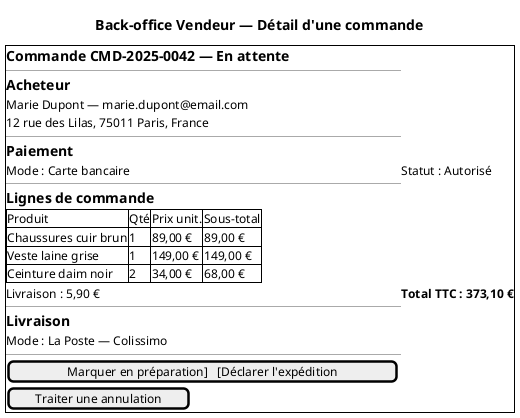
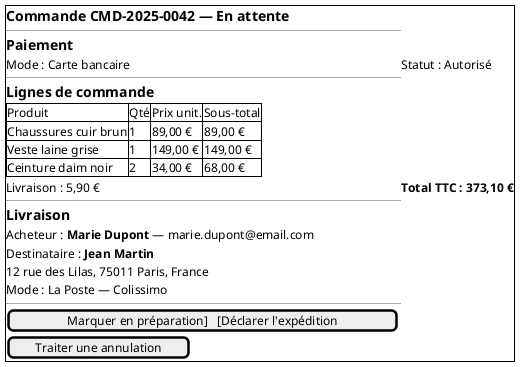
- @startsalt
+ @startuml ihm-bov-detail-commande
' Composant PA : front-vendeur (Back-office Vendeur)
' Fonctions allouées : Service Commande — FS-V04 (traitement commande), FS-V08 (annulation)
- title Back-office Vendeur — Détail d'une commande
+ ' Données acheteur visibles : prénom, nom, email — vendeur = gestionnaire du site (data controller)
+ salt

{+
  == Commande CMD-2025-0042 — En attente
-   --
-   == Acheteur
-   Marie Dupont — marie.dupont@email.com
-   12 rue des Lilas, 75011 Paris, France
  --
  == Paiement
  Mode : Carte bancaire | Statut : Autorisé
  --
  == Lignes de commande
  {#
    Produit              | Qté | Prix unit. | Sous-total
    Chaussures cuir brun | 1   | 89,00 €    | 89,00 €
    Veste laine grise    | 1   | 149,00 €   | 149,00 €
    Ceinture daim noir   | 2   | 34,00 €    | 68,00 €
  }
  Livraison : 5,90 €  |  **Total TTC : 373,10 €**
  --
  == Livraison
+   Acheteur : **Marie Dupont** — marie.dupont@email.com
+   Destinataire : **Jean Martin**
+   12 rue des Lilas, 75011 Paris, France
  Mode : La Poste — Colissimo
  --
  [Marquer en préparation]   [Déclarer l'expédition]
  [Traiter une annulation]
}
- @endsalt
+ @enduml
